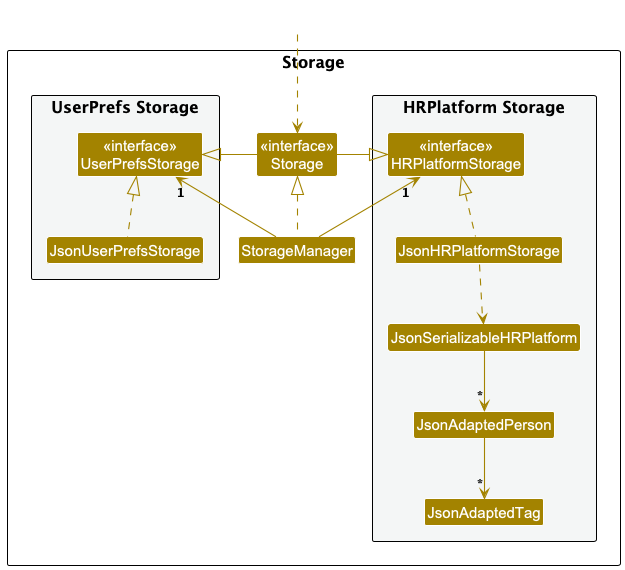
The PlantUML diagram docs/images/StorageClassDiagram.png in nus-cs2103-AY2425S1/tp, before a commit.
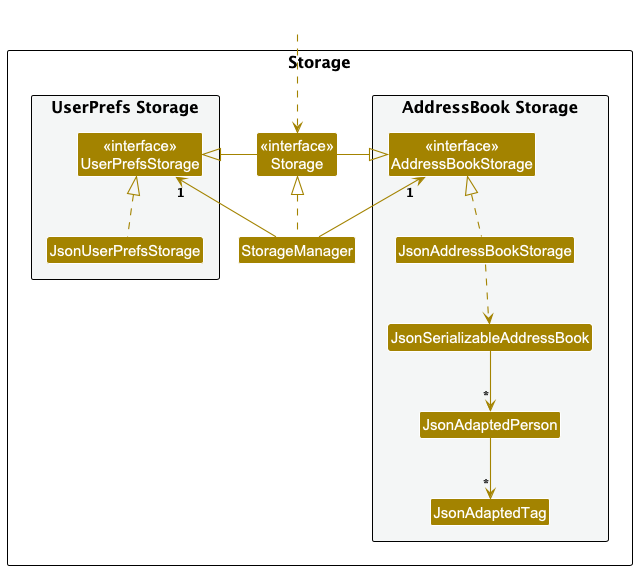
After the change.

The edit, as a diff of the source:
```diff
@@ -14,10 +14,10 @@
 Class "<<interface>>\nStorage" as Storage
 Class StorageManager
 
-package "HRPlatform Storage" #F4F6F6{
-Class "<<interface>>\nHRPlatformStorage" as HRPlatformStorage
-Class JsonHRPlatformStorage
-Class JsonSerializableHRPlatform
+package "AddressBook Storage" #F4F6F6{
+Class "<<interface>>\nAddressBookStorage" as AddressBookStorage
+Class JsonAddressBookStorage
+Class JsonSerializableAddressBook
 Class JsonAdaptedPerson
 Class JsonAdaptedTag
 }
@@ -29,15 +29,15 @@
 
 StorageManager .up.|> Storage
 StorageManager -up-> "1" UserPrefsStorage
-StorageManager -up-> "1" HRPlatformStorage
+StorageManager -up-> "1" AddressBookStorage
 
 Storage -left-|> UserPrefsStorage
-Storage -right-|> HRPlatformStorage
+Storage -right-|> AddressBookStorage
 
 JsonUserPrefsStorage .up.|> UserPrefsStorage
-JsonHRPlatformStorage .up.|> HRPlatformStorage
-JsonHRPlatformStorage ..> JsonSerializableHRPlatform
-JsonSerializableHRPlatform --> "*" JsonAdaptedPerson
+JsonAddressBookStorage .up.|> AddressBookStorage
+JsonAddressBookStorage ..> JsonSerializableAddressBook
+JsonSerializableAddressBook --> "*" JsonAdaptedPerson
 JsonAdaptedPerson --> "*" JsonAdaptedTag
 
 @enduml
```
